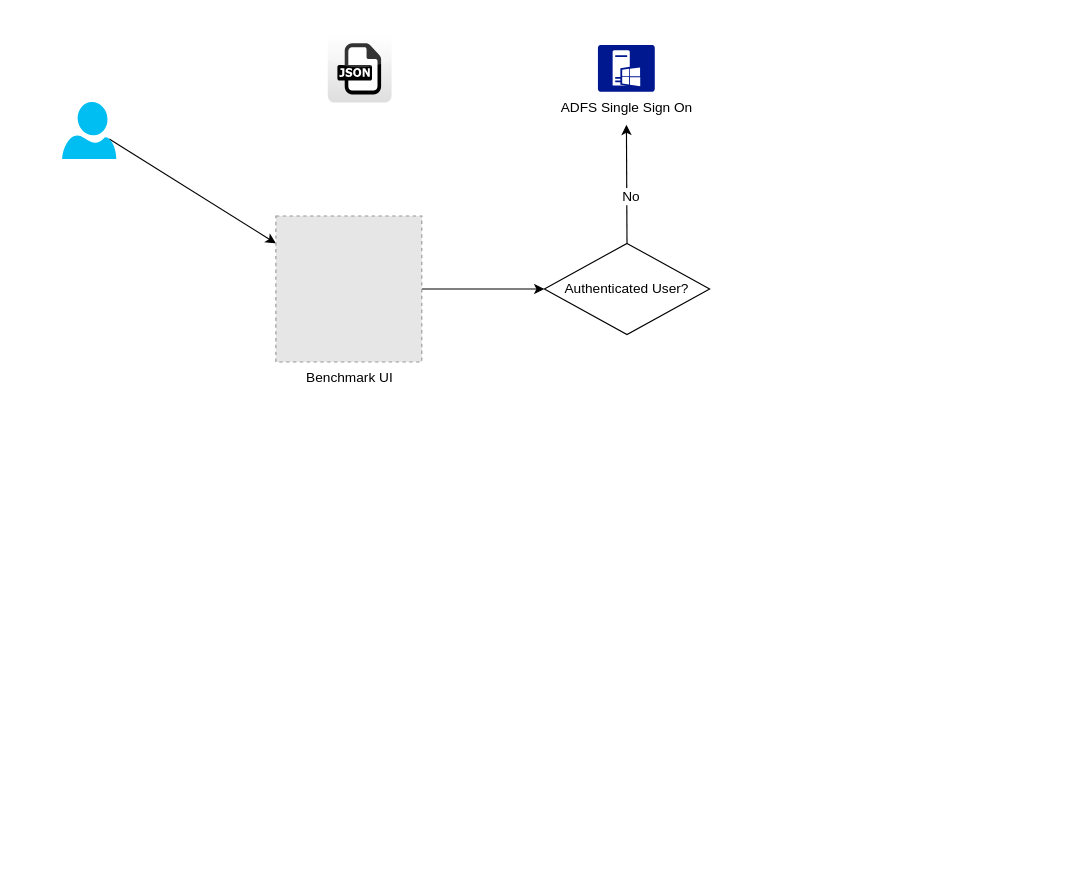
vamsi-n/PowerShell keeps this draw.io diagram as page "Page-1" (1 of 2) of Untitled Diagram.drawio. Above is the earlier version. Source tidied: cells renumbered, new cells numbered last; positions are measured from the earlier drawing's top-left corner, leaving out a move shared by most shapes. Both pictures are drawn from the tidied source at 114%, with x=0, y=0 at pixel (62, 33). Pictures stored in the file or linked from it are replaced by grey dashed boxes.
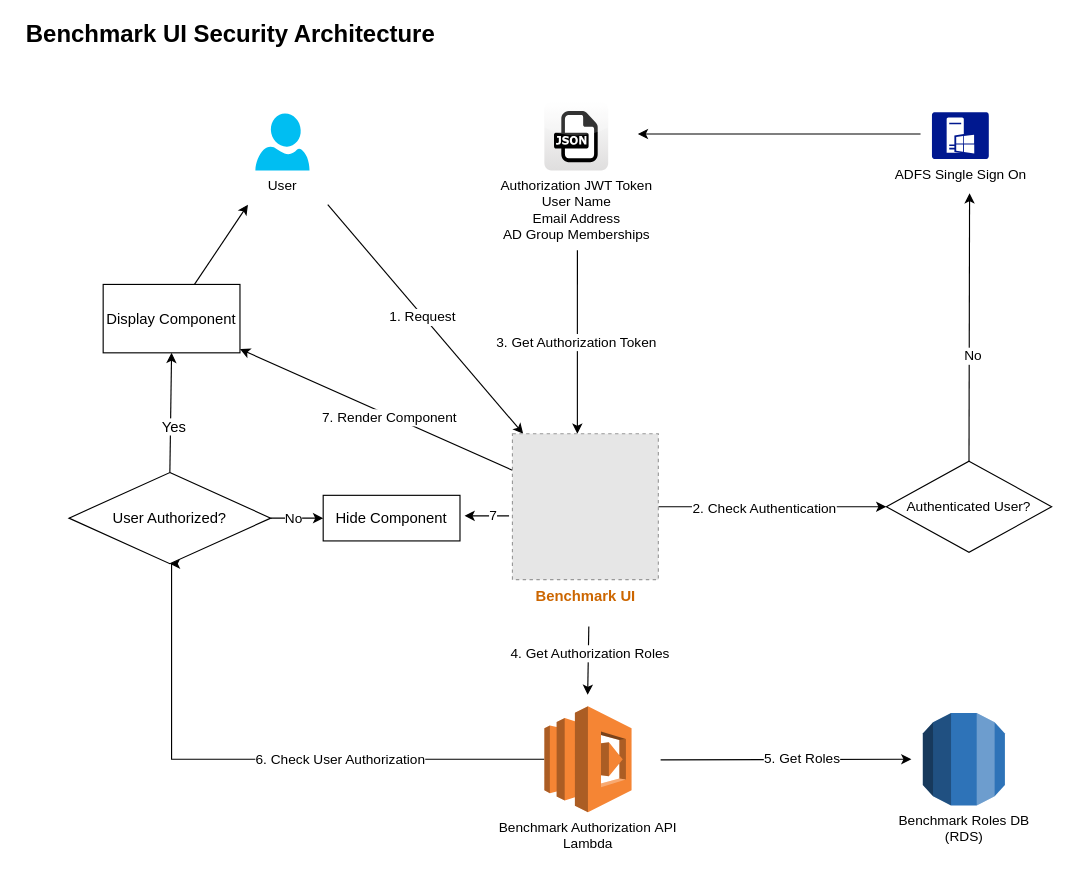
Above is the later version.

The change refers to these unchanged cells:
```xml
<mxCell id="5" style="edgeStyle=none;rounded=0;jettySize=auto;html=1;exitX=1;exitY=0.5;exitDx=0;exitDy=0;entryX=0;entryY=0.5;entryDx=0;entryDy=0;" parent="1" edge="1" source="6" target="10">
  <mxGeometry relative="1" as="geometry" />
</mxCell>
```

The edit, as a diff of the source:
```diff
@@
-    <mxCell id="2" style="dashed=0;html=1;align=center;labelPosition=center;verticalLabelPosition=bottom;verticalAlign=top;shape=mxgraph.webicons.json;fillColor=#FFFFFF;gradientColor=#DFDEDE;" parent="1" vertex="1">
-      <mxGeometry x="233" y="0.5" width="56" height="60" as="geometry" />
-    </mxCell>
+    <mxCell id="11" style="edgeStyle=none;rounded=0;jettySize=auto;html=1;entryX=0.445;entryY=0;entryDx=0;entryDy=0;entryPerimeter=0;" parent="1" edge="1" target="6">
+      <mxGeometry relative="1" as="geometry">
+        <mxPoint x="452" y="190" as="sourcePoint" />
+      </mxGeometry>
+    </mxCell>
+    <mxCell id="12" value="3. Get Authorization Token" style="text;html=1;align=center;verticalAlign=middle;labelBackgroundColor=#ffffff;" parent="11" vertex="1">
+      <mxGeometry x="0.01" y="-1" relative="1" as="geometry" />
+    </mxCell>
+    <mxCell id="13" value="Authorization JWT Token&lt;br&gt;User Name&lt;br&gt;Email Address&lt;br&gt;AD Group Memberships" style="dashed=0;html=1;align=center;labelPosition=center;verticalLabelPosition=bottom;verticalAlign=top;shape=mxgraph.webicons.json;fillColor=#FFFFFF;gradientColor=#DFDEDE;" parent="1" vertex="1">
+      <mxGeometry x="423" y="60" width="56" height="60" as="geometry" />
+    </mxCell>
-    <mxCell id="3" style="edgeStyle=none;rounded=0;jettySize=auto;html=1;exitX=0.87;exitY=0.65;exitDx=0;exitDy=0;exitPerimeter=0;" parent="1" edge="1" source="4" target="6">
-      <mxGeometry relative="1" as="geometry" />
+    <mxCell id="3" style="edgeStyle=none;rounded=0;jettySize=auto;html=1;" parent="1" edge="1" target="6">
+      <mxGeometry relative="1" as="geometry">
+        <mxPoint x="233" y="150" as="sourcePoint" />
+      </mxGeometry>
     </mxCell>
+    <mxCell id="14" value="1. Request" style="text;html=1;align=center;verticalAlign=middle;labelBackgroundColor=#ffffff;" parent="3" vertex="1">
+      <mxGeometry x="-0.03" y="-1" relative="1" as="geometry" />
+    </mxCell>
-    <mxCell id="4" style="verticalLabelPosition=bottom;html=1;verticalAlign=top;align=center;strokeColor=none;fillColor=#00BEF2;shape=mxgraph.azure.user;" parent="1" vertex="1">
-      <mxGeometry y="60" width="47.5" height="50" as="geometry" />
+    <mxCell id="4" value="User" style="verticalLabelPosition=bottom;html=1;verticalAlign=top;align=center;strokeColor=none;fillColor=#00BEF2;shape=mxgraph.azure.user;" parent="1" vertex="1">
+      <mxGeometry x="169.5" y="70" width="47.5" height="50" as="geometry" />
     </mxCell>
@@
+    <mxCell id="15" value="2. Check Authentication" style="text;html=1;align=center;verticalAlign=middle;labelBackgroundColor=#ffffff;fontSize=12;fontColor=#000000;" parent="5" vertex="1">
+      <mxGeometry x="-0.08" y="-1" relative="1" as="geometry" />
+    </mxCell>
+    <mxCell id="16" style="edgeStyle=none;rounded=0;orthogonalLoop=1;jettySize=auto;html=1;" parent="1" edge="1">
+      <mxGeometry relative="1" as="geometry">
+        <mxPoint x="462" y="520" as="sourcePoint" />
+        <mxPoint x="461" y="580" as="targetPoint" />
+      </mxGeometry>
+    </mxCell>
+    <mxCell id="17" value="4. Get Authorization Roles" style="text;html=1;align=center;verticalAlign=middle;labelBackgroundColor=#ffffff;" parent="16" vertex="1">
+      <mxGeometry x="-0.25" y="1" relative="1" as="geometry" />
+    </mxCell>
+    <mxCell id="18" style="rounded=0;jettySize=auto;html=1;exitX=0;exitY=0.25;exitDx=0;exitDy=0;fontSize=14;fontColor=#0000FF;" parent="1" edge="1" source="6" target="36">
+      <mxGeometry relative="1" as="geometry" />
+    </mxCell>
+    <mxCell id="19" value="7. Render Component" style="text;html=1;align=center;verticalAlign=middle;labelBackgroundColor=#ffffff;fontSize=12;fontColor=#000000;" parent="18" vertex="1">
+      <mxGeometry x="-0.1" y="2" relative="1" as="geometry" />
+    </mxCell>
+    <mxCell id="20" style="edgeStyle=none;rounded=0;jettySize=auto;html=1;exitX=-0.023;exitY=0.563;exitDx=0;exitDy=0;fontSize=14;fontColor=#0000FF;exitPerimeter=0;" parent="1" edge="1" source="6">
+      <mxGeometry relative="1" as="geometry">
+        <mxPoint x="353" y="423" as="targetPoint" />
+      </mxGeometry>
+    </mxCell>
+    <mxCell id="21" value="7" style="text;html=1;align=center;verticalAlign=middle;labelBackgroundColor=#ffffff;fontSize=12;fontColor=#000000;" parent="20" vertex="1">
+      <mxGeometry x="-0.24" y="-1" relative="1" as="geometry" />
+    </mxCell>
-    <mxCell id="6" value="Benchmark UI" style="fillColor=#E6E6E6;strokeColor=#999999;dashed=1;html=1;verticalAlign=top;verticalLabelPosition=bottom;labelBackgroundColor=#ffffff;" parent="1" vertex="1">
-      <mxGeometry x="187.5" y="160" width="128" height="128" as="geometry" />
+    <mxCell id="6" value="&lt;font style=&quot;font-size: 13px&quot; color=&quot;#cc6600&quot;&gt;&lt;b&gt;Benchmark UI&lt;/b&gt;&lt;/font&gt;" style="fillColor=#E6E6E6;strokeColor=#999999;dashed=1;html=1;verticalAlign=top;verticalLabelPosition=bottom;labelBackgroundColor=#ffffff;" parent="1" vertex="1">
+      <mxGeometry x="395" y="351" width="128" height="128" as="geometry" />
     </mxCell>
+    <mxCell id="22" style="edgeStyle=none;rounded=0;orthogonalLoop=1;jettySize=auto;html=1;" parent="1" edge="1">
+      <mxGeometry relative="1" as="geometry">
+        <mxPoint x="753" y="88" as="sourcePoint" />
+        <mxPoint x="505" y="88" as="targetPoint" />
+      </mxGeometry>
+    </mxCell>
     <mxCell id="7" value="ADFS Single Sign On" style="shadow=0;dashed=0;html=1;labelPosition=center;verticalLabelPosition=bottom;verticalAlign=top;align=center;strokeColor=none;shape=mxgraph.mscae.vm.windows_server;fillColor=#00188F;strokeColor=none;" parent="1" vertex="1">
-      <mxGeometry x="470" y="10" width="50" height="41" as="geometry" />
+      <mxGeometry x="763" y="69" width="50" height="41" as="geometry" />
     </mxCell>
     <mxCell id="8" style="edgeStyle=none;rounded=0;jettySize=auto;html=1;exitX=0.5;exitY=0;exitDx=0;exitDy=0;" parent="1" edge="1" source="10">
       <mxGeometry relative="1" as="geometry">
-        <mxPoint x="495" y="80" as="targetPoint" />
+        <mxPoint x="796" y="140" as="targetPoint" />
       </mxGeometry>
     </mxCell>
@@
     <mxCell id="10" value="Authenticated User?" style="rhombus;whiteSpace=wrap;html=1;" parent="1" vertex="1">
-      <mxGeometry x="423" y="184" width="145" height="80" as="geometry" />
+      <mxGeometry x="723" y="375" width="145" height="80" as="geometry" />
     </mxCell>
+    <mxCell id="23" style="edgeStyle=none;rounded=0;orthogonalLoop=1;jettySize=auto;html=1;" parent="1" edge="1">
+      <mxGeometry relative="1" as="geometry">
+        <mxPoint x="525" y="637" as="sourcePoint" />
+        <mxPoint x="745" y="636.5" as="targetPoint" />
+      </mxGeometry>
+    </mxCell>
+    <mxCell id="24" value="&lt;font color=&quot;#000000&quot; style=&quot;font-size: 12px;&quot;&gt;5. Get Roles&lt;/font&gt;" style="text;html=1;align=center;verticalAlign=middle;labelBackgroundColor=#ffffff;fontSize=12;fontColor=#0000FF;" parent="23" vertex="1">
+      <mxGeometry x="0.13" y="1" relative="1" as="geometry" />
+    </mxCell>
+    <mxCell id="25" style="edgeStyle=orthogonalEdgeStyle;rounded=0;jettySize=auto;html=1;fontSize=13;entryX=0.5;entryY=1;entryDx=0;entryDy=0;" parent="1" edge="1" source="27" target="34">
+      <mxGeometry relative="1" as="geometry">
+        <Array as="points">
+          <mxPoint x="96" y="637" />
+        </Array>
+      </mxGeometry>
+    </mxCell>
+    <mxCell id="26" value="6. Check User Authorization" style="text;html=1;align=center;verticalAlign=middle;labelBackgroundColor=#ffffff;fontSize=12;fontColor=#000000;" parent="25" vertex="1">
+      <mxGeometry x="0.14" y="1" relative="1" as="geometry">
+        <mxPoint x="105" y="-1.5" as="offset" />
+      </mxGeometry>
+    </mxCell>
+    <mxCell id="27" value="Benchmark Authorization&amp;nbsp;API&lt;br&gt;Lambda" style="outlineConnect=0;dashed=0;verticalLabelPosition=bottom;verticalAlign=top;align=center;html=1;shape=mxgraph.aws3.lambda;fillColor=#F58534;gradientColor=none;" parent="1" vertex="1">
+      <mxGeometry x="423" y="590" width="76.5" height="93" as="geometry" />
+    </mxCell>
+    <mxCell id="28" value="Benchmark Roles DB &lt;br&gt;(RDS)" style="dashed=0;verticalLabelPosition=bottom;verticalAlign=top;align=center;html=1;shape=mxgraph.aws3.rds;fillColor=#2E73B8;gradientColor=none;" parent="1" vertex="1">
+      <mxGeometry x="755" y="596" width="72" height="81" as="geometry" />
+    </mxCell>
+    <mxCell id="29" value="Benchmark UI Security Architecture" style="text;html=1;strokeColor=none;fillColor=none;align=center;verticalAlign=middle;whiteSpace=wrap;rounded=0;fontStyle=1;fontSize=21;" parent="1" vertex="1">
+      <mxGeometry x="-37" y="-10" width="370" height="20" as="geometry" />
+    </mxCell>
+    <mxCell id="30" style="edgeStyle=none;rounded=0;jettySize=auto;html=1;exitX=0.5;exitY=0;exitDx=0;exitDy=0;fontSize=13;entryX=0.5;entryY=1;entryDx=0;entryDy=0;" parent="1" edge="1" source="34" target="36">
+      <mxGeometry relative="1" as="geometry" />
+    </mxCell>
+    <mxCell id="31" value="Yes" style="text;html=1;align=center;verticalAlign=middle;labelBackgroundColor=#ffffff;fontSize=13;" parent="30" vertex="1">
+      <mxGeometry x="-0.22" y="-2" relative="1" as="geometry" />
+    </mxCell>
+    <mxCell id="32" style="edgeStyle=elbowEdgeStyle;rounded=0;jettySize=auto;html=1;entryX=0;entryY=0.5;entryDx=0;entryDy=0;fontSize=14;fontColor=#0000FF;elbow=vertical;" parent="1" edge="1" source="34" target="37">
+      <mxGeometry relative="1" as="geometry" />
+    </mxCell>
+    <mxCell id="33" value="No" style="text;html=1;align=center;verticalAlign=middle;labelBackgroundColor=#ffffff;fontSize=12;fontColor=#000000;" parent="32" vertex="1">
+      <mxGeometry y="-18" relative="1" as="geometry">
+        <mxPoint x="-4" y="-18" as="offset" />
+      </mxGeometry>
+    </mxCell>
+    <mxCell id="34" value="User Authorized?" style="rhombus;whiteSpace=wrap;html=1;fontSize=13;" parent="1" vertex="1">
+      <mxGeometry x="6" y="385" width="177" height="80" as="geometry" />
+    </mxCell>
+    <mxCell id="35" style="edgeStyle=none;rounded=0;jettySize=auto;html=1;fontSize=13;" parent="1" edge="1" source="36">
+      <mxGeometry relative="1" as="geometry">
+        <mxPoint x="163" y="150" as="targetPoint" />
+      </mxGeometry>
+    </mxCell>
+    <mxCell id="36" value="Display Component" style="rounded=0;whiteSpace=wrap;html=1;fontSize=13;" parent="1" vertex="1">
+      <mxGeometry x="36" y="220" width="120" height="60" as="geometry" />
+    </mxCell>
+    <mxCell id="37" value="Hide Component" style="rounded=0;whiteSpace=wrap;html=1;fontSize=13;" parent="1" vertex="1">
+      <mxGeometry x="229" y="405" width="120" height="40" as="geometry" />
+    </mxCell>
```
